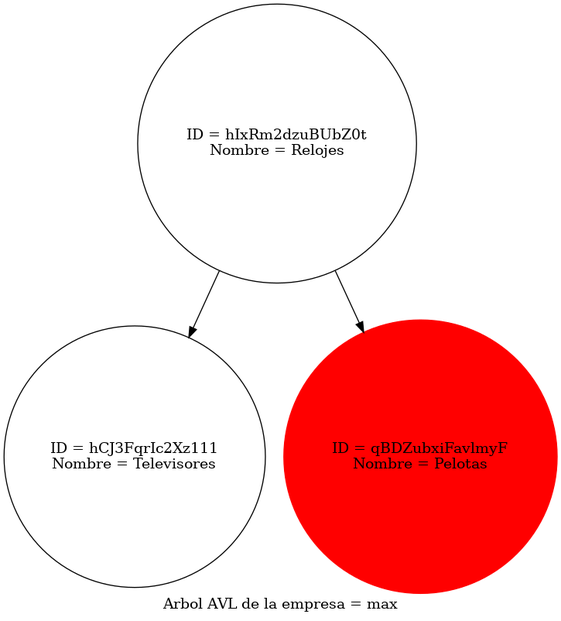
Earlier version of the Graphviz export src/Reportes/arbol_Emp.png (miguel-tubac/-EDD-Proyecto1_202101927). Its source is kept beside it as src/Reportes/arbol_Emp.dot. The source it was exported from:
```dot
digraph AVLTree {
	label="Arbol AVL de la empresa = max";
    node [shape=circle];
    "hIxRm2dzuBUbZ0t" [label="ID = hIxRm2dzuBUbZ0t\nNombre = Relojes"];
    "hIxRm2dzuBUbZ0t" -> "hCJ3FqrIc2Xz111";
    "hCJ3FqrIc2Xz111" [label="ID = hCJ3FqrIc2Xz111\nNombre = Televisores"];
    "hIxRm2dzuBUbZ0t" -> "qBDZubxiFavlmyF";
    "qBDZubxiFavlmyF" [color= red, style=filled label="ID = qBDZubxiFavlmyF\nNombre = Pelotas"];
}
```
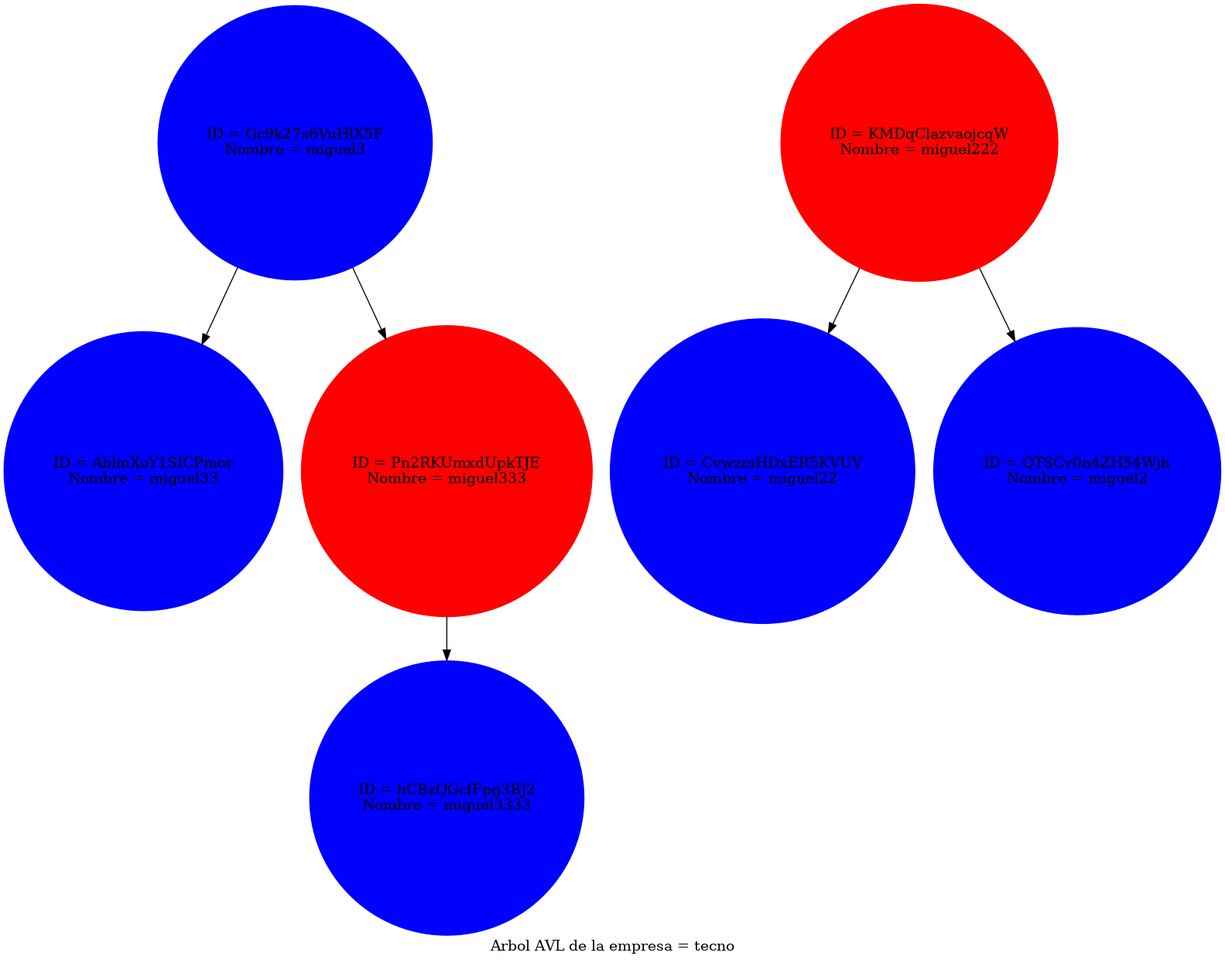
The same diagram one commit later.

The edit, as a diff of the source:
```diff
@@ -1,9 +1,16 @@
 digraph AVLTree {
-	label="Arbol AVL de la empresa = max";
+	label="Arbol AVL de la empresa = tecno";
     node [shape=circle];
-    "hIxRm2dzuBUbZ0t" [label="ID = hIxRm2dzuBUbZ0t\nNombre = Relojes"];
-    "hIxRm2dzuBUbZ0t" -> "hCJ3FqrIc2Xz111";
-    "hCJ3FqrIc2Xz111" [label="ID = hCJ3FqrIc2Xz111\nNombre = Televisores"];
-    "hIxRm2dzuBUbZ0t" -> "qBDZubxiFavlmyF";
-    "qBDZubxiFavlmyF" [color= red, style=filled label="ID = qBDZubxiFavlmyF\nNombre = Pelotas"];
+    "Gc9k27s6VuHlX5F" [color= blue, style=filled label="ID = Gc9k27s6VuHlX5F\nNombre = miguel3"];
+    "Gc9k27s6VuHlX5F" -> "AblmXoY1SICPmor";
+    "AblmXoY1SICPmor" [color= blue, style=filled label="ID = AblmXoY1SICPmor\nNombre = miguel33"];
+    "Gc9k27s6VuHlX5F" -> "Pn2RKUmxdUpkTJE";
+    "Pn2RKUmxdUpkTJE" [color= red, style=filled label="ID = Pn2RKUmxdUpkTJE\nNombre = miguel333"];
+    "Pn2RKUmxdUpkTJE" -> "hCBzQGcfFpg3BJ2";
+    "hCBzQGcfFpg3BJ2" [color= blue, style=filled label="ID = hCBzQGcfFpg3BJ2\nNombre = miguel3333"];
+    "KMDqClazvaojcqW" [color= red, style=filled label="ID = KMDqClazvaojcqW\nNombre = miguel222"];
+    "KMDqClazvaojcqW" -> "CvwzmHDxER5KVUV";
+    "CvwzmHDxER5KVUV" [color= blue, style=filled label="ID = CvwzmHDxER5KVUV\nNombre = miguel22"];
+    "KMDqClazvaojcqW" -> "QTSCv0n4ZH54Wjh";
+    "QTSCv0n4ZH54Wjh" [color= blue, style=filled label="ID = QTSCv0n4ZH54Wjh\nNombre = miguel2"];
 }
```
